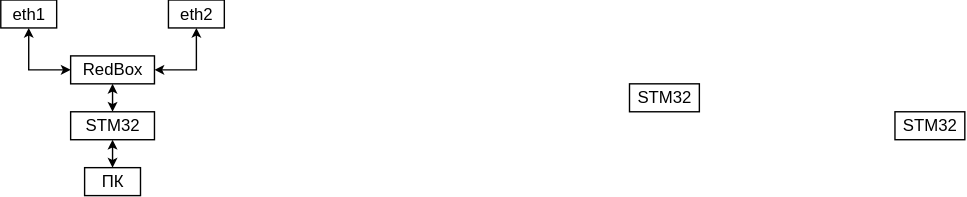
Andrianov-Daniil/Block_Diagram keeps this draw.io diagram as PRP.drawio.svg. Above is the earlier version. Source tidied: cells renumbered, new cells last; positions are measured from the earlier drawing's top-left corner, leaving out a move shared by most shapes.
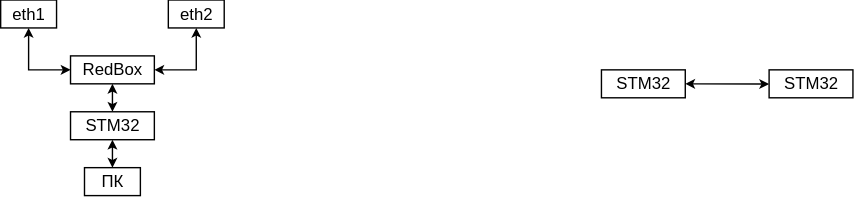
Above is the later version.

Diff of the diagram source:
```diff
@@ -37,11 +37,16 @@
     <mxCell id="10" value="ПК" style="rounded=0;whiteSpace=wrap;html=1;" parent="1" vertex="1">
       <mxGeometry x="60" y="120" width="40" height="20" as="geometry" />
     </mxCell>
-    <mxCell id="11" value="STM32" style="rounded=0;whiteSpace=wrap;html=1;" parent="1" vertex="1">
-      <mxGeometry x="450" y="60" width="50" height="20" as="geometry" />
-    </mxCell>
-    <mxCell id="12" value="STM32" style="rounded=0;whiteSpace=wrap;html=1;" parent="1" vertex="1">
-      <mxGeometry x="640" y="80" width="50" height="20" as="geometry" />
-    </mxCell>
+    <mxCell id="13" value="STM32" style="rounded=0;whiteSpace=wrap;html=1;" parent="1" vertex="1">
+      <mxGeometry x="430" y="50" width="60" height="20" as="geometry" />
+    </mxCell>
+    <mxCell id="14" value="STM32" style="rounded=0;whiteSpace=wrap;html=1;" parent="1" vertex="1">
+      <mxGeometry x="550" y="50" width="60" height="20" as="geometry" />
+    </mxCell>
+    <mxCell id="15" style="edgeStyle=none;rounded=0;jettySize=auto;html=1;entryX=-0.044;entryY=0.51;entryDx=0;entryDy=0;entryPerimeter=0;exitX=1;exitY=0.5;exitDx=0;exitDy=0;startArrow=classic;startFill=1;startSize=4;endSize=4;" parent="1" edge="1" source="13">
+      <mxGeometry relative="1" as="geometry">
+        <mxPoint x="550" y="60.1" as="targetPoint" />
+      </mxGeometry>
+    </mxCell>
   </root>
 </mxGraphModel>
```
